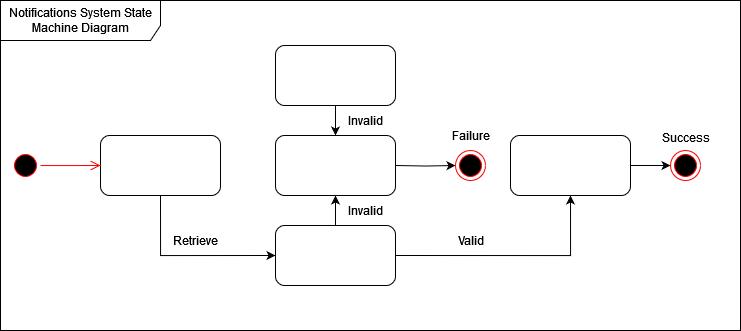
The draw.io diagram Assets/M3/Notification_SM.drawio.png in uvic-teach/project-m1-team9, before a commit. Source tidied: cells renumbered, new cells last; positions are measured from the earlier drawing's top-left corner, leaving out a move shared by most shapes.
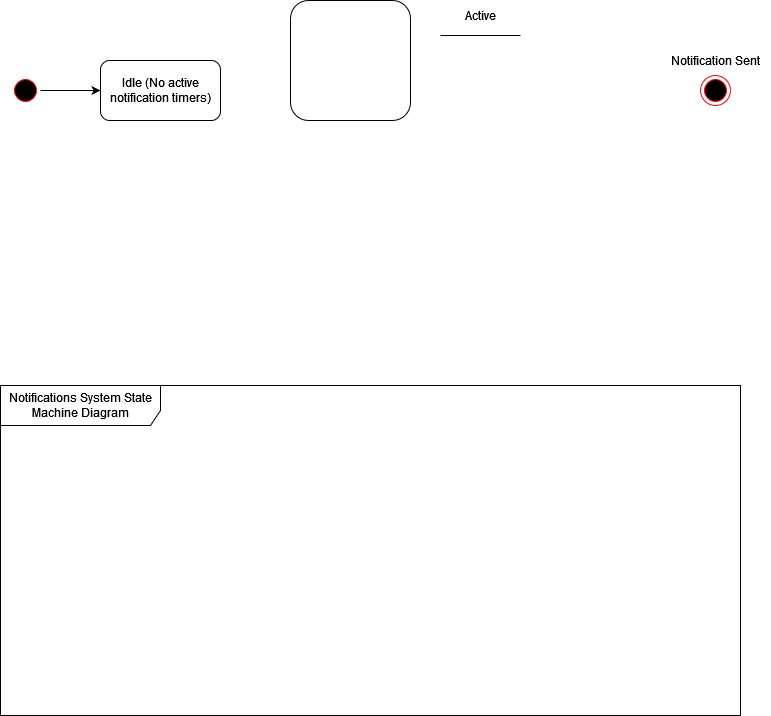
The same diagram one commit later.

What changed in the source:
```diff
@@ -2,78 +2,35 @@
   <root>
     <mxCell id="0" />
     <mxCell id="1" parent="0" />
-    <mxCell id="2" style="rounded=0;whiteSpace=wrap;html=1;" parent="1" vertex="1">
-      <mxGeometry width="740" height="330" as="geometry" />
-    </mxCell>
-    <mxCell id="3" style="edgeStyle=orthogonalEdgeStyle;rounded=0;jettySize=auto;html=1;exitX=0.5;exitY=1;exitDx=0;exitDy=0;entryX=0;entryY=0.5;entryDx=0;entryDy=0;" parent="1" edge="1" source="4" target="9">
-      <mxGeometry relative="1" as="geometry" />
-    </mxCell>
-    <mxCell id="4" style="rounded=1;whiteSpace=wrap;html=1;" parent="1" vertex="1">
+    <mxCell id="4" value="Idle (No active notification timers)" style="rounded=1;whiteSpace=wrap;html=1;" parent="1" vertex="1">
       <mxGeometry x="100" y="135" width="120" height="60" as="geometry" />
     </mxCell>
-    <mxCell id="5" style="edgeStyle=orthogonalEdgeStyle;rounded=0;jettySize=auto;html=1;exitX=0.5;exitY=1;exitDx=0;exitDy=0;entryX=0.5;entryY=0;entryDx=0;entryDy=0;" parent="1" edge="1" source="6" target="15">
-      <mxGeometry relative="1" as="geometry" />
-    </mxCell>
-    <mxCell id="6" style="rounded=1;whiteSpace=wrap;html=1;" parent="1" vertex="1">
-      <mxGeometry x="275" y="45" width="120" height="60" as="geometry" />
-    </mxCell>
-    <mxCell id="7" style="edgeStyle=orthogonalEdgeStyle;rounded=0;jettySize=auto;html=1;exitX=1;exitY=0.5;exitDx=0;exitDy=0;entryX=0.5;entryY=1;entryDx=0;entryDy=0;" parent="1" edge="1" source="9" target="11">
-      <mxGeometry relative="1" as="geometry" />
-    </mxCell>
-    <mxCell id="8" style="edgeStyle=orthogonalEdgeStyle;rounded=0;jettySize=auto;html=1;exitX=0.5;exitY=0;exitDx=0;exitDy=0;entryX=0.5;entryY=1;entryDx=0;entryDy=0;" parent="1" edge="1" source="9" target="15">
-      <mxGeometry relative="1" as="geometry" />
-    </mxCell>
-    <mxCell id="9" style="rounded=1;whiteSpace=wrap;html=1;" parent="1" vertex="1">
-      <mxGeometry x="275" y="225" width="120" height="60" as="geometry" />
-    </mxCell>
-    <mxCell id="10" style="edgeStyle=orthogonalEdgeStyle;rounded=0;jettySize=auto;html=1;exitX=1;exitY=0.5;exitDx=0;exitDy=0;entryX=0;entryY=0.5;entryDx=0;entryDy=0;" parent="1" edge="1" source="11" target="12">
-      <mxGeometry relative="1" as="geometry" />
-    </mxCell>
-    <mxCell id="11" style="rounded=1;whiteSpace=wrap;html=1;" parent="1" vertex="1">
-      <mxGeometry x="510" y="135" width="120" height="60" as="geometry" />
-    </mxCell>
-    <mxCell id="12" style="ellipse;html=1;shape=endState;fillColor=#000000;strokeColor=#ff0000;" parent="1" vertex="1">
-      <mxGeometry x="670" y="150" width="30" height="30" as="geometry" />
-    </mxCell>
-    <mxCell id="13" value="Retrieve" style="text;html=1;align=center;verticalAlign=middle;strokeColor=none;fillColor=none;" parent="1" vertex="1">
-      <mxGeometry x="160" y="225" width="70" height="30" as="geometry" />
-    </mxCell>
-    <mxCell id="14" value="Invalid" style="text;html=1;align=center;verticalAlign=middle;strokeColor=none;fillColor=none;" parent="1" vertex="1">
-      <mxGeometry x="335" y="105" width="60" height="30" as="geometry" />
-    </mxCell>
-    <mxCell id="15" style="rounded=1;whiteSpace=wrap;html=1;" parent="1" vertex="1">
-      <mxGeometry x="275" y="135" width="120" height="60" as="geometry" />
-    </mxCell>
-    <mxCell id="16" value="Invalid" style="text;html=1;align=center;verticalAlign=middle;strokeColor=none;fillColor=none;" parent="1" vertex="1">
-      <mxGeometry x="335" y="195" width="60" height="30" as="geometry" />
-    </mxCell>
-    <mxCell id="17" style="edgeStyle=orthogonalEdgeStyle;rounded=0;jettySize=auto;html=1;exitX=1;exitY=0.5;exitDx=0;exitDy=0;entryX=0;entryY=0.5;entryDx=0;entryDy=0;" parent="1" edge="1" target="18">
-      <mxGeometry relative="1" as="geometry">
-        <mxPoint x="395" y="165" as="sourcePoint" />
-      </mxGeometry>
-    </mxCell>
     <mxCell id="18" style="ellipse;html=1;shape=endState;fillColor=#000000;strokeColor=#ff0000;" parent="1" vertex="1">
-      <mxGeometry x="455" y="150" width="30" height="30" as="geometry" />
+      <mxGeometry x="700" y="150" width="30" height="30" as="geometry" />
     </mxCell>
-    <mxCell id="19" value="Valid" style="text;html=1;align=center;verticalAlign=middle;strokeColor=none;fillColor=none;" parent="1" vertex="1">
-      <mxGeometry x="445" y="225" width="50" height="30" as="geometry" />
-    </mxCell>
-    <mxCell id="20" value="Success" style="text;html=1;align=center;verticalAlign=middle;strokeColor=none;fillColor=none;" parent="1" vertex="1">
-      <mxGeometry x="650" y="122" width="70" height="30" as="geometry" />
-    </mxCell>
-    <mxCell id="21" value="Failure" style="text;html=1;align=center;verticalAlign=middle;strokeColor=none;fillColor=none;" parent="1" vertex="1">
-      <mxGeometry x="440" y="120" width="60" height="30" as="geometry" />
+    <mxCell id="21" value="Notification Sent" style="text;html=1;align=center;verticalAlign=middle;strokeColor=none;fillColor=none;" parent="1" vertex="1">
+      <mxGeometry x="660" y="120" width="110" height="30" as="geometry" />
     </mxCell>
+    <mxCell id="25" style="edgeStyle=orthogonalEdgeStyle;rounded=0;jettySize=auto;html=1;entryX=0;entryY=0.5;entryDx=0;entryDy=0;" parent="1" edge="1" source="22" target="4">
+      <mxGeometry relative="1" as="geometry" />
+    </mxCell>
     <mxCell id="22" style="ellipse;html=1;shape=startState;fillColor=#000000;strokeColor=#ff0000;" parent="1" vertex="1">
       <mxGeometry x="10" y="150" width="30" height="30" as="geometry" />
     </mxCell>
-    <mxCell id="23" style="edgeStyle=orthogonalEdgeStyle;html=1;verticalAlign=bottom;endArrow=open;endSize=8;strokeColor=#ff0000;rounded=0;entryX=0;entryY=0.5;entryDx=0;entryDy=0;" parent="1" edge="1" source="22">
-      <mxGeometry relative="1" as="geometry">
-        <mxPoint x="100" y="165" as="targetPoint" />
-      </mxGeometry>
-    </mxCell>
     <mxCell id="24" value="Notifications System State Machine Diagram" style="shape=umlFrame;whiteSpace=wrap;html=1;width=160;height=40;" parent="1" vertex="1">
-      <mxGeometry width="740" height="330" as="geometry" />
+      <mxGeometry y="460" width="740" height="330" as="geometry" />
     </mxCell>
+    <mxCell id="26" style="rounded=1;whiteSpace=wrap;html=1;" parent="1" vertex="1">
+      <mxGeometry x="290" y="75" width="120" height="120" as="geometry" />
+    </mxCell>
+    <mxCell id="27" value="Active" style="text;html=1;strokeColor=none;fillColor=none;align=center;verticalAlign=middle;whiteSpace=wrap;rounded=0;" parent="1" vertex="1">
+      <mxGeometry x="450" y="75" width="60" height="30" as="geometry" />
+    </mxCell>
+    <mxCell id="28" style="endArrow=none;html=1;rounded=0;" parent="1" edge="1">
+      <mxGeometry relative="1" as="geometry">
+        <mxPoint x="440" y="110" as="sourcePoint" />
+        <mxPoint x="520" y="110" as="targetPoint" />
+      </mxGeometry>
+    </mxCell>
   </root>
 </mxGraphModel>
```
